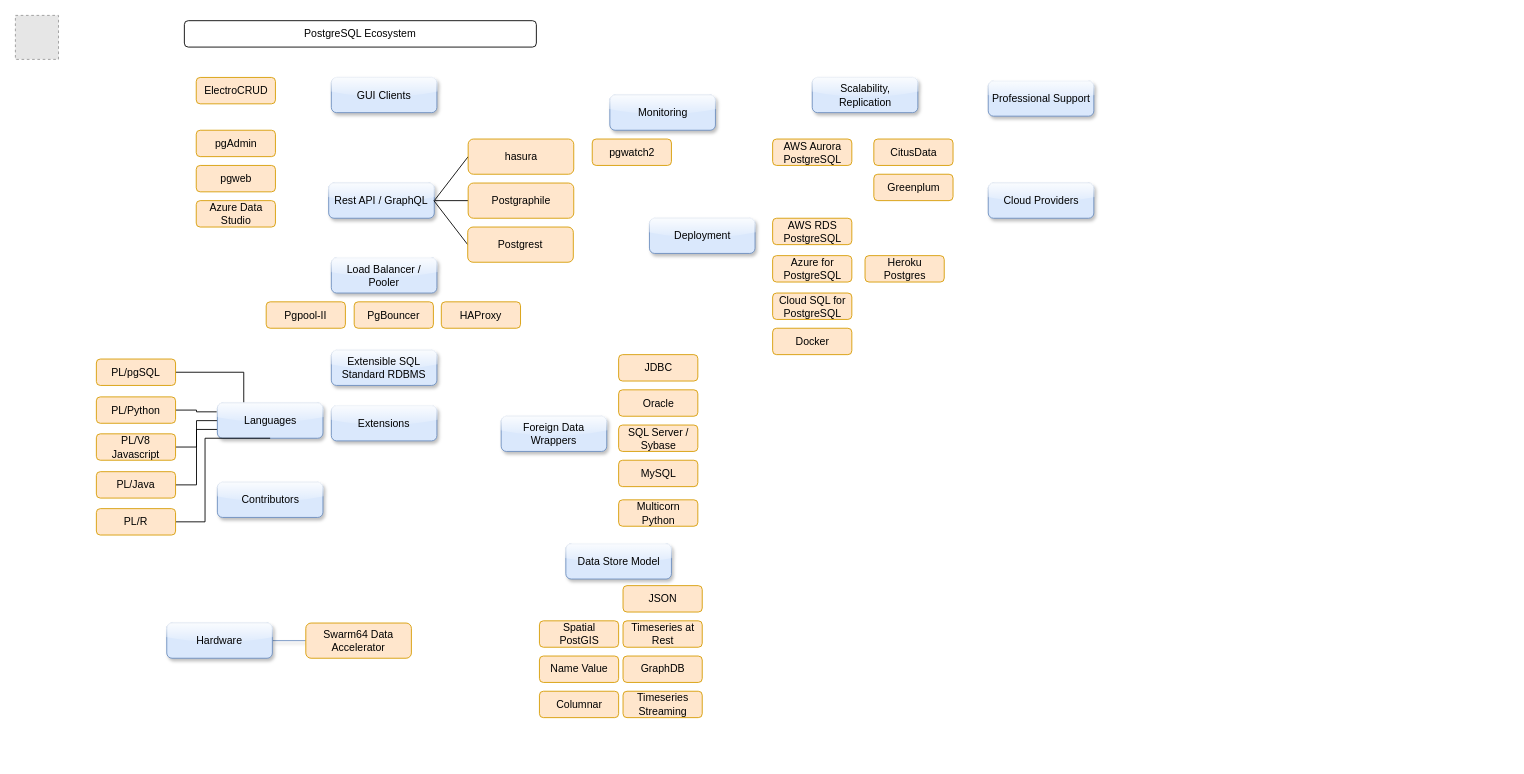
The draw.io diagram postgresql-ecosystem.drawio in EfficiencyGeek/postgresql-ecosystem, before the edit. Source tidied: cells renumbered, new cells numbered last; positions are measured from the earlier drawing's top-left corner, leaving out a move shared by most shapes. Both pictures are drawn from the tidied source at 88%, with x=0, y=0 at pixel (15, 15). Pictures stored in the file or linked from it are replaced by grey dashed boxes.
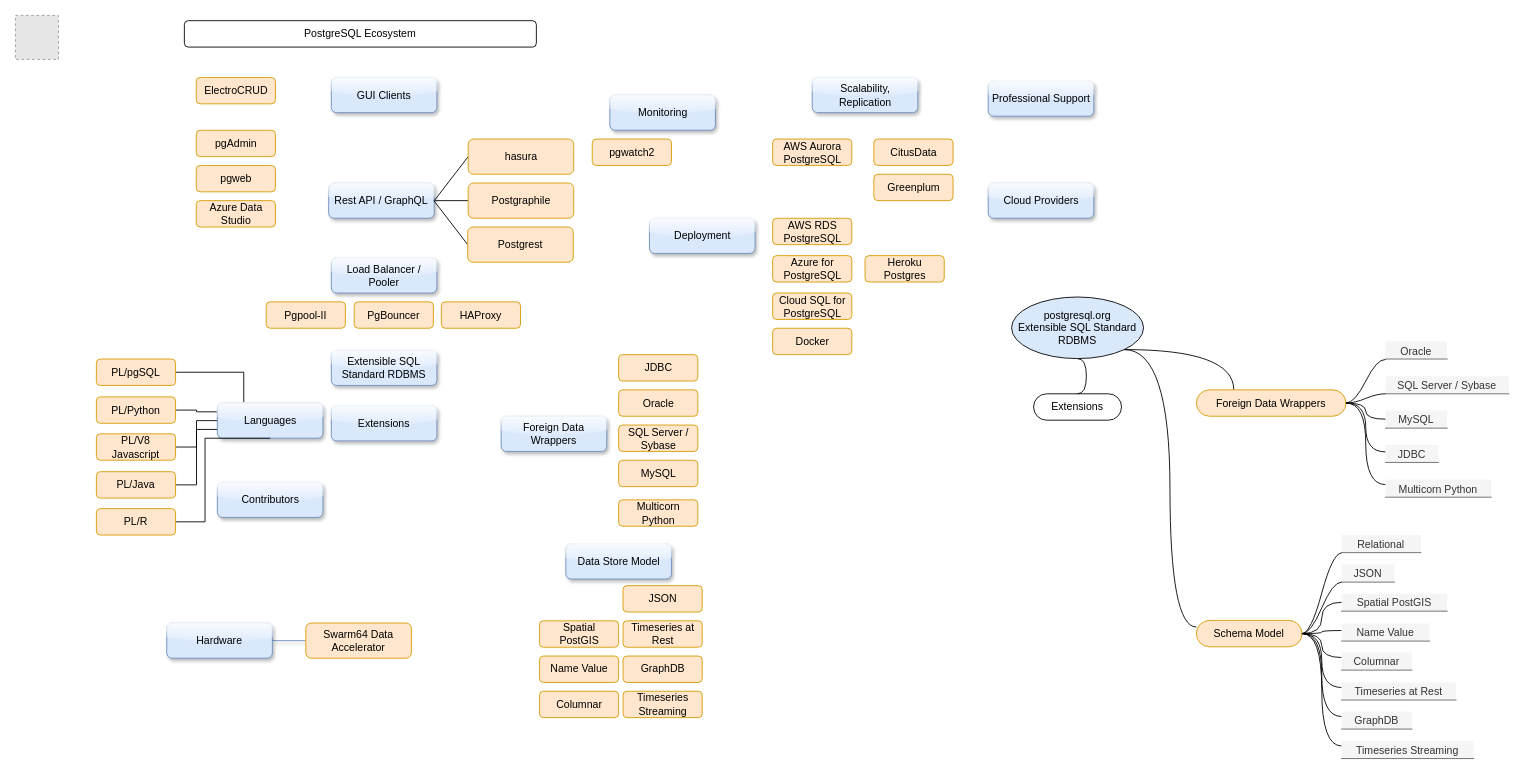
After the change.

Change to the diagram source:
```diff
@@
+    <mxCell id="65" style="edgeStyle=orthogonalEdgeStyle;curved=1;rounded=0;jettySize=auto;html=1;exitX=1;exitY=1;exitDx=0;exitDy=0;entryX=0.25;entryY=0;entryDx=0;entryDy=0;endArrow=none;endFill=0;" parent="1" edge="1" source="66" target="69">
+      <mxGeometry relative="1" as="geometry" />
+    </mxCell>
+    <mxCell id="66" value="postgresql.org&lt;br&gt;Extensible SQL Standard RDBMS" style="ellipse;whiteSpace=wrap;html=1;align=center;fillColor=#DAE8FC;" parent="1" vertex="1">
+      <mxGeometry x="1132" y="320" width="150" height="70" as="geometry" />
+    </mxCell>
+    <mxCell id="67" value="Extensions" style="whiteSpace=wrap;html=1;rounded=1;arcSize=50;align=center;verticalAlign=middle;strokeWidth=1;spacing=4;" parent="1" vertex="1">
+      <mxGeometry x="1157" y="430" width="100" height="30" as="geometry" />
+    </mxCell>
+    <mxCell id="68" style="edgeStyle=entityRelationEdgeStyle;startArrow=none;endArrow=none;segment=10;curved=1;exitX=0.5;exitY=1;exitDx=0;exitDy=0;entryX=0.5;entryY=0;entryDx=0;entryDy=0;" parent="1" edge="1" source="66" target="67">
+      <mxGeometry relative="1" as="geometry" />
+    </mxCell>
+    <mxCell id="69" value="Foreign Data Wrappers" style="whiteSpace=wrap;html=1;rounded=1;arcSize=50;align=center;verticalAlign=middle;strokeWidth=1;spacing=4;fillColor=#ffe6cc;strokeColor=#d79b00;" parent="1" vertex="1">
+      <mxGeometry x="1342" y="425.5" width="170" height="30" as="geometry" />
+    </mxCell>
+    <mxCell id="70" value="Oracle" style="whiteSpace=wrap;html=1;shape=partialRectangle;top=0;left=0;bottom=1;right=0;points=[[0,1],[1,1]];strokeColor=#666666;fillColor=#f5f5f5;align=center;verticalAlign=bottom;routingCenterY=0.5;snapToPoint=1;fontColor=#333333;" parent="1" vertex="1">
+      <mxGeometry x="1557" y="370.5" width="70" height="20" as="geometry" />
+    </mxCell>
+    <mxCell id="71" style="edgeStyle=entityRelationEdgeStyle;startArrow=none;endArrow=none;segment=10;curved=1;" parent="1" edge="1" source="69" target="70">
+      <mxGeometry relative="1" as="geometry" />
+    </mxCell>
+    <mxCell id="72" style="edgeStyle=orthogonalEdgeStyle;curved=1;rounded=0;jettySize=auto;html=1;endArrow=none;endFill=0;entryX=0.006;entryY=0.493;entryDx=0;entryDy=0;entryPerimeter=0;" parent="1" edge="1" source="69" target="74">
+      <mxGeometry relative="1" as="geometry" />
+    </mxCell>
+    <mxCell id="73" value="SQL Server / Sybase" style="whiteSpace=wrap;html=1;shape=partialRectangle;top=0;left=0;bottom=1;right=0;points=[[0,1],[1,1]];strokeColor=#666666;fillColor=#f5f5f5;align=center;verticalAlign=bottom;routingCenterY=0.5;snapToPoint=1;fontColor=#333333;" parent="1" vertex="1">
+      <mxGeometry x="1557" y="410" width="140" height="20" as="geometry" />
+    </mxCell>
+    <mxCell id="74" value="MySQL" style="whiteSpace=wrap;html=1;shape=partialRectangle;top=0;left=0;bottom=1;right=0;points=[[0,1],[1,1]];strokeColor=#666666;fillColor=#f5f5f5;align=center;verticalAlign=bottom;routingCenterY=0.5;snapToPoint=1;fontColor=#333333;" parent="1" vertex="1">
+      <mxGeometry x="1557" y="449" width="70" height="20" as="geometry" />
+    </mxCell>
+    <mxCell id="75" style="edgeStyle=entityRelationEdgeStyle;startArrow=none;endArrow=none;segment=10;curved=1;entryX=0;entryY=1;entryDx=0;entryDy=0;exitX=1;exitY=0.5;exitDx=0;exitDy=0;" parent="1" edge="1" source="69" target="73">
+      <mxGeometry relative="1" as="geometry" />
+    </mxCell>
+    <mxCell id="76" style="edgeStyle=orthogonalEdgeStyle;curved=1;rounded=0;jettySize=auto;html=1;endArrow=none;endFill=0;exitX=1;exitY=0.5;exitDx=0;exitDy=0;entryX=0;entryY=0.4;entryDx=0;entryDy=0;entryPerimeter=0;" parent="1" edge="1" source="69" target="78">
+      <mxGeometry relative="1" as="geometry" />
+    </mxCell>
+    <mxCell id="77" style="edgeStyle=orthogonalEdgeStyle;curved=1;rounded=0;jettySize=auto;html=1;endArrow=none;endFill=0;exitX=1;exitY=0.5;exitDx=0;exitDy=0;entryX=0.001;entryY=0.286;entryDx=0;entryDy=0;entryPerimeter=0;" parent="1" edge="1" source="69" target="79">
+      <mxGeometry relative="1" as="geometry" />
+    </mxCell>
+    <mxCell id="78" value="JDBC" style="whiteSpace=wrap;html=1;shape=partialRectangle;top=0;left=0;bottom=1;right=0;points=[[0,1],[1,1]];strokeColor=#666666;fillColor=#f5f5f5;align=center;verticalAlign=bottom;routingCenterY=0.5;snapToPoint=1;fontColor=#333333;" parent="1" vertex="1">
+      <mxGeometry x="1557" y="488" width="60" height="20" as="geometry" />
+    </mxCell>
+    <mxCell id="79" value="Multicorn Python" style="whiteSpace=wrap;html=1;shape=partialRectangle;top=0;left=0;bottom=1;right=0;points=[[0,1],[1,1]];strokeColor=#666666;fillColor=#f5f5f5;align=center;verticalAlign=bottom;routingCenterY=0.5;snapToPoint=1;fontColor=#333333;" parent="1" vertex="1">
+      <mxGeometry x="1557" y="527.5" width="120" height="20" as="geometry" />
+    </mxCell>
+    <mxCell id="80" value="Schema Model" style="whiteSpace=wrap;html=1;rounded=1;arcSize=50;align=center;verticalAlign=middle;strokeWidth=1;spacing=4;fillColor=#ffe6cc;strokeColor=#d79b00;" parent="1" vertex="1">
+      <mxGeometry x="1342" y="687.5" width="120" height="30" as="geometry" />
+    </mxCell>
+    <mxCell id="81" value="Relational" style="whiteSpace=wrap;html=1;shape=partialRectangle;top=0;left=0;bottom=1;right=0;points=[[0,1],[1,1]];strokeColor=#666666;fillColor=#f5f5f5;align=center;verticalAlign=bottom;routingCenterY=0.5;snapToPoint=1;fontColor=#333333;" parent="1" vertex="1">
+      <mxGeometry x="1507" y="590.5" width="90" height="20" as="geometry" />
+    </mxCell>
+    <mxCell id="82" style="edgeStyle=entityRelationEdgeStyle;startArrow=none;endArrow=none;segment=10;curved=1;" parent="1" edge="1" source="80" target="81">
+      <mxGeometry relative="1" as="geometry" />
+    </mxCell>
+    <mxCell id="83" style="edgeStyle=orthogonalEdgeStyle;curved=1;rounded=0;jettySize=auto;html=1;endArrow=none;endFill=0;entryX=0.006;entryY=0.493;entryDx=0;entryDy=0;entryPerimeter=0;" parent="1" edge="1" source="80" target="85">
+      <mxGeometry relative="1" as="geometry" />
+    </mxCell>
+    <mxCell id="84" value="JSON" style="whiteSpace=wrap;html=1;shape=partialRectangle;top=0;left=0;bottom=1;right=0;points=[[0,1],[1,1]];strokeColor=#666666;fillColor=#f5f5f5;align=center;verticalAlign=bottom;routingCenterY=0.5;snapToPoint=1;fontColor=#333333;" parent="1" vertex="1">
+      <mxGeometry x="1507" y="624" width="60" height="20" as="geometry" />
+    </mxCell>
+    <mxCell id="85" value="Spatial PostGIS" style="whiteSpace=wrap;html=1;shape=partialRectangle;top=0;left=0;bottom=1;right=0;points=[[0,1],[1,1]];strokeColor=#666666;fillColor=#f5f5f5;align=center;verticalAlign=bottom;routingCenterY=0.5;snapToPoint=1;fontColor=#333333;" parent="1" vertex="1">
+      <mxGeometry x="1507" y="657" width="120" height="20" as="geometry" />
+    </mxCell>
+    <mxCell id="86" style="edgeStyle=entityRelationEdgeStyle;startArrow=none;endArrow=none;segment=10;curved=1;entryX=0;entryY=1;entryDx=0;entryDy=0;exitX=1;exitY=0.5;exitDx=0;exitDy=0;" parent="1" edge="1" source="80" target="84">
+      <mxGeometry relative="1" as="geometry" />
+    </mxCell>
+    <mxCell id="87" style="edgeStyle=orthogonalEdgeStyle;curved=1;rounded=0;jettySize=auto;html=1;endArrow=none;endFill=0;exitX=1;exitY=0.5;exitDx=0;exitDy=0;entryX=0;entryY=0.4;entryDx=0;entryDy=0;entryPerimeter=0;" parent="1" edge="1" source="80" target="89">
+      <mxGeometry relative="1" as="geometry" />
+    </mxCell>
+    <mxCell id="88" style="edgeStyle=orthogonalEdgeStyle;curved=1;rounded=0;jettySize=auto;html=1;endArrow=none;endFill=0;exitX=1;exitY=0.5;exitDx=0;exitDy=0;entryX=0.001;entryY=0.286;entryDx=0;entryDy=0;entryPerimeter=0;" parent="1" edge="1" source="80" target="90">
+      <mxGeometry relative="1" as="geometry" />
+    </mxCell>
+    <mxCell id="89" value="Name Value" style="whiteSpace=wrap;html=1;shape=partialRectangle;top=0;left=0;bottom=1;right=0;points=[[0,1],[1,1]];strokeColor=#666666;fillColor=#f5f5f5;align=center;verticalAlign=bottom;routingCenterY=0.5;snapToPoint=1;fontColor=#333333;" parent="1" vertex="1">
+      <mxGeometry x="1507" y="691" width="100" height="20" as="geometry" />
+    </mxCell>
+    <mxCell id="90" value="Columnar" style="whiteSpace=wrap;html=1;shape=partialRectangle;top=0;left=0;bottom=1;right=0;points=[[0,1],[1,1]];strokeColor=#666666;fillColor=#f5f5f5;align=center;verticalAlign=bottom;routingCenterY=0.5;snapToPoint=1;fontColor=#333333;" parent="1" vertex="1">
+      <mxGeometry x="1507" y="724" width="80" height="20" as="geometry" />
+    </mxCell>
+    <mxCell id="91" style="edgeStyle=orthogonalEdgeStyle;curved=1;rounded=0;jettySize=auto;html=1;endArrow=none;endFill=0;entryX=0.001;entryY=0.286;entryDx=0;entryDy=0;entryPerimeter=0;" parent="1" edge="1" source="80" target="92">
+      <mxGeometry relative="1" as="geometry" />
+    </mxCell>
+    <mxCell id="92" value="Timeseries at Rest" style="whiteSpace=wrap;html=1;shape=partialRectangle;top=0;left=0;bottom=1;right=0;points=[[0,1],[1,1]];strokeColor=#666666;fillColor=#f5f5f5;align=center;verticalAlign=bottom;routingCenterY=0.5;snapToPoint=1;fontColor=#333333;" parent="1" vertex="1">
+      <mxGeometry x="1507" y="758" width="130" height="20" as="geometry" />
+    </mxCell>
+    <mxCell id="93" style="edgeStyle=orthogonalEdgeStyle;curved=1;rounded=0;jettySize=auto;html=1;endArrow=none;endFill=0;entryX=0.001;entryY=0.286;entryDx=0;entryDy=0;entryPerimeter=0;" parent="1" edge="1" source="80" target="94">
+      <mxGeometry relative="1" as="geometry" />
+    </mxCell>
+    <mxCell id="94" value="Timeseries Streaming" style="whiteSpace=wrap;html=1;shape=partialRectangle;top=0;left=0;bottom=1;right=0;points=[[0,1],[1,1]];strokeColor=#666666;fillColor=#f5f5f5;align=center;verticalAlign=bottom;routingCenterY=0.5;snapToPoint=1;fontColor=#333333;" parent="1" vertex="1">
+      <mxGeometry x="1507" y="824.5" width="150" height="20" as="geometry" />
+    </mxCell>
+    <mxCell id="95" style="edgeStyle=orthogonalEdgeStyle;curved=1;rounded=0;jettySize=auto;html=1;endArrow=none;endFill=0;entryX=0.001;entryY=0.286;entryDx=0;entryDy=0;entryPerimeter=0;" parent="1" edge="1" source="80" target="96">
+      <mxGeometry relative="1" as="geometry" />
+    </mxCell>
+    <mxCell id="96" value="GraphDB" style="whiteSpace=wrap;html=1;shape=partialRectangle;top=0;left=0;bottom=1;right=0;points=[[0,1],[1,1]];strokeColor=#666666;fillColor=#f5f5f5;align=center;verticalAlign=bottom;routingCenterY=0.5;snapToPoint=1;fontColor=#333333;" parent="1" vertex="1">
+      <mxGeometry x="1507" y="791" width="80" height="20" as="geometry" />
+    </mxCell>
+    <mxCell id="97" style="edgeStyle=orthogonalEdgeStyle;curved=1;rounded=0;jettySize=auto;html=1;exitX=1;exitY=1;exitDx=0;exitDy=0;endArrow=none;endFill=0;entryX=0;entryY=0.25;entryDx=0;entryDy=0;" parent="1" edge="1" source="66" target="80">
+      <mxGeometry relative="1" as="geometry" />
+    </mxCell>
```
